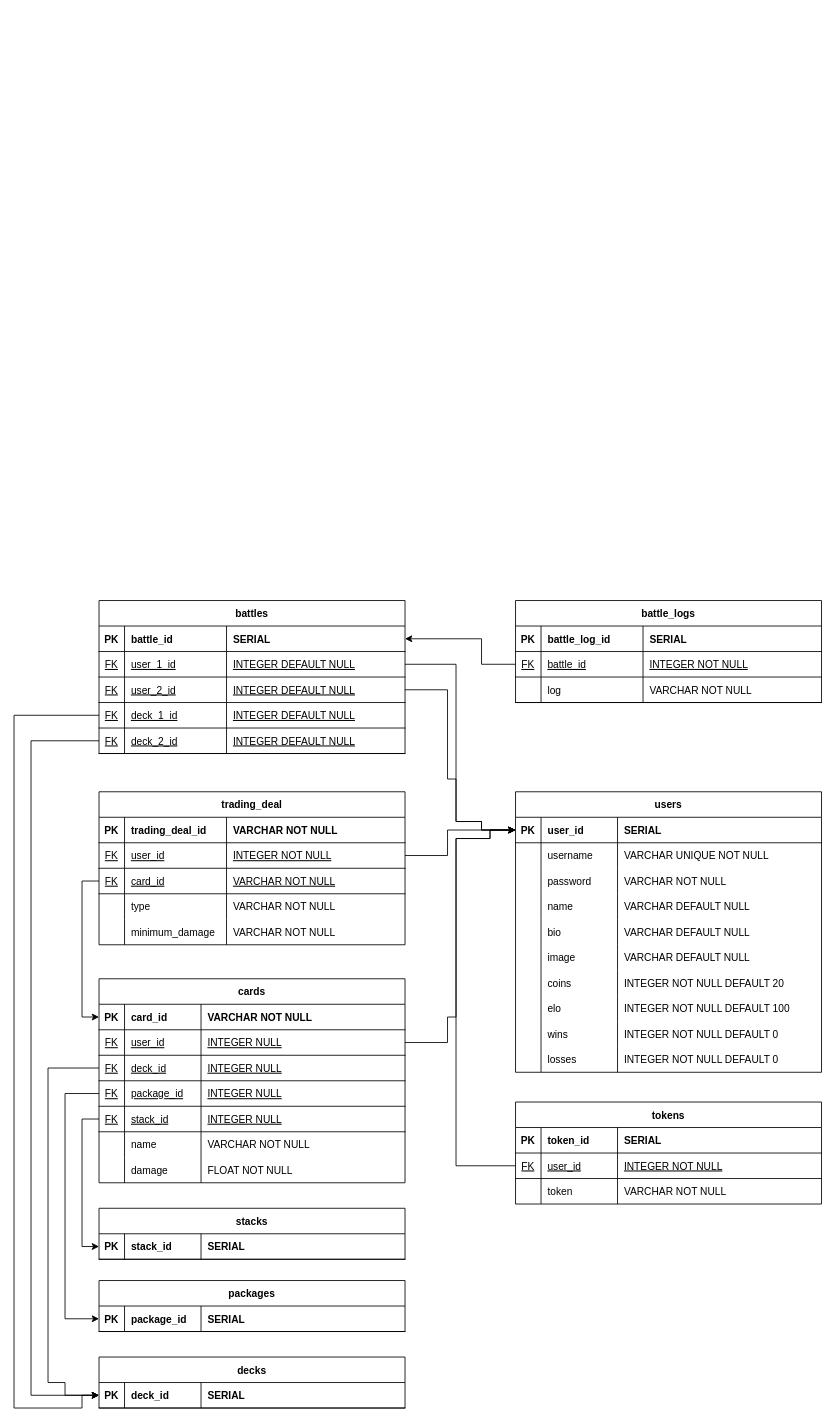
Above: documentation/database/EntityRelationshipDiagram.drawio in FelixSchuster/MonsterTradingCardGame (draw.io), before the change. Source tidied: cells renumbered, new cells numbered last; positions are measured from the earlier drawing's top-left corner, leaving out a move shared by most shapes. Both pictures are drawn from the tidied source at 85%, with x=0, y=0 at pixel (14, 600).
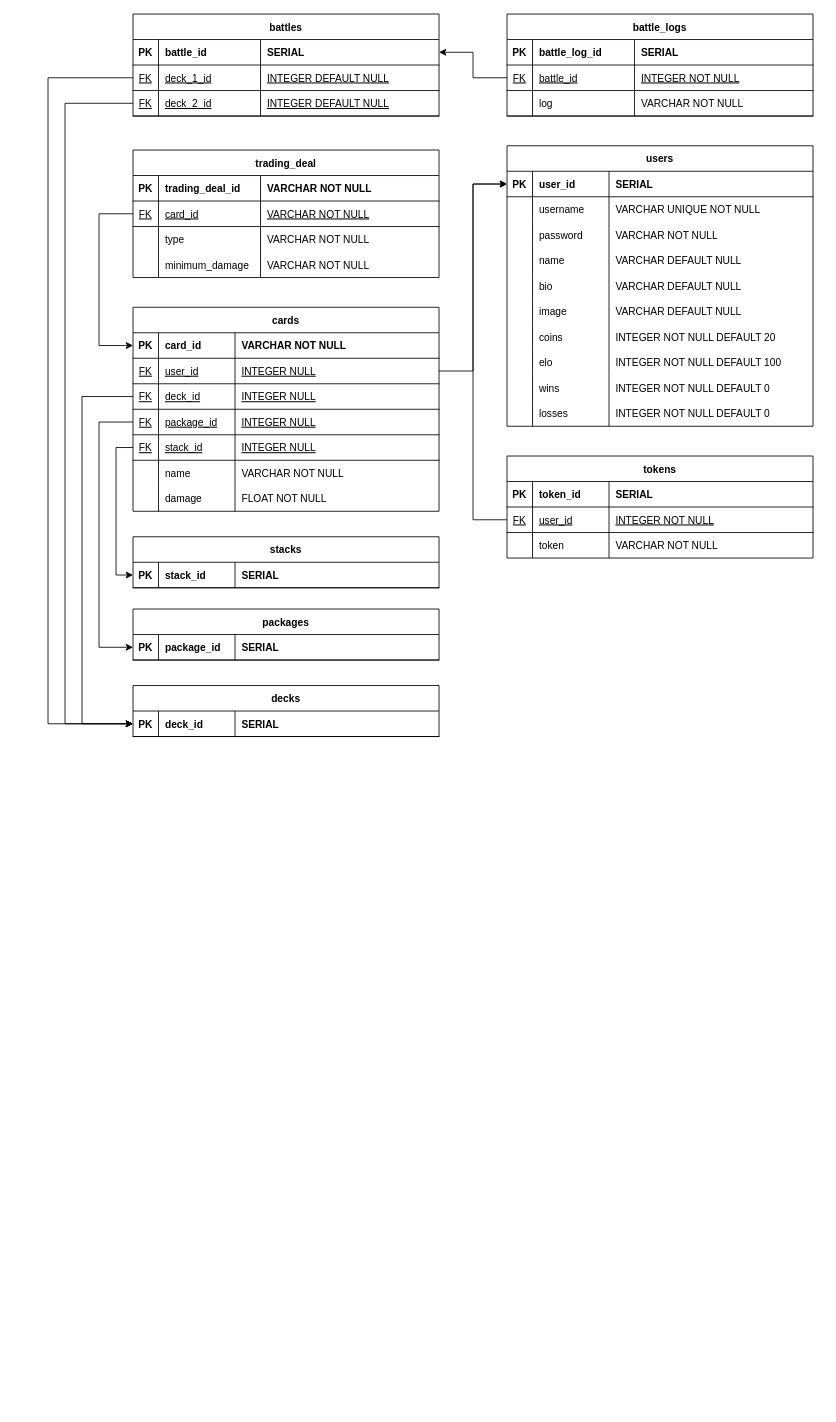
The same diagram, later.

Unchanged cells that the change refers to:
```xml
<mxCell id="3" style="shape=partialRectangle;fillColor=none;points=[[0,0.5],[1,0.5]];portConstraint=eastwest;top=0;left=0;right=0;bottom=1;" parent="2" vertex="1">
  <mxGeometry y="30" width="360" height="30" as="geometry" />
</mxCell>
<mxCell id="44" style="shape=partialRectangle;fillColor=none;points=[[0,0.5],[1,0.5]];portConstraint=eastwest;top=0;left=0;right=0;bottom=1;" parent="43" vertex="1">
  <mxGeometry y="30" width="360" height="30" as="geometry" />
</mxCell>
<mxCell id="48" style="shape=partialRectangle;fillColor=none;points=[[0,0.5],[1,0.5]];portConstraint=eastwest;top=0;left=0;right=0;bottom=1;" parent="43" vertex="1">
  <mxGeometry y="60" width="360" height="30" as="geometry" />
</mxCell>
<mxCell id="52" style="shape=partialRectangle;fillColor=none;points=[[0,0.5],[1,0.5]];portConstraint=eastwest;top=0;left=0;right=0;bottom=1;" parent="43" vertex="1">
  <mxGeometry y="90" width="360" height="30" as="geometry" />
</mxCell>
<mxCell id="56" style="shape=partialRectangle;fillColor=none;points=[[0,0.5],[1,0.5]];portConstraint=eastwest;top=0;left=0;right=0;bottom=1;" parent="43" vertex="1">
  <mxGeometry y="120" width="360" height="30" as="geometry" />
</mxCell>
<mxCell id="82" style="shape=partialRectangle;fillColor=none;points=[[0,0.5],[1,0.5]];portConstraint=eastwest;top=0;left=0;right=0;bottom=1;" parent="77" vertex="1">
  <mxGeometry y="60" width="360" height="30" as="geometry" />
</mxCell>
<mxCell id="91" style="shape=partialRectangle;fillColor=none;points=[[0,0.5],[1,0.5]];portConstraint=eastwest;top=0;left=0;right=0;bottom=1;" parent="90" vertex="1">
  <mxGeometry y="30" width="360" height="30" as="geometry" />
</mxCell>
<mxCell id="117" style="shape=partialRectangle;fillColor=none;points=[[0,0.5],[1,0.5]];portConstraint=eastwest;top=0;left=0;right=0;bottom=1;" parent="116" vertex="1">
  <mxGeometry y="30" width="360" height="30" as="geometry" />
</mxCell>
<mxCell id="127" style="shape=partialRectangle;fillColor=none;points=[[0,0.5],[1,0.5]];portConstraint=eastwest;top=0;left=0;right=0;bottom=1;" parent="126" vertex="1">
  <mxGeometry y="30" width="360" height="30" as="geometry" />
</mxCell>
<mxCell id="158" style="shape=partialRectangle;fillColor=none;points=[[0,0.5],[1,0.5]];portConstraint=eastwest;top=0;left=0;right=0;bottom=1;" parent="153" vertex="1">
  <mxGeometry y="60" width="360" height="30" as="geometry" />
</mxCell>
```

What changed in the source:
```diff
@@
     <mxCell id="2" value="users" style="shape=table;startSize=30;childLayout=tableLayout;rowLines=0;fontStyle=1;align=center;" parent="1" vertex="1">
-      <mxGeometry x="590" y="225" width="360" height="330" as="geometry" />
+      <mxGeometry x="580" y="-535" width="360" height="330" as="geometry" />
     </mxCell>
@@
     <mxCell id="43" value="cards" style="shape=table;startSize=30;childLayout=tableLayout;rowLines=0;fontStyle=1;align=center;" parent="1" vertex="1">
-      <mxGeometry x="100" y="445" width="360" height="240" as="geometry" />
+      <mxGeometry x="140" y="-345" width="360" height="240" as="geometry" />
     </mxCell>
@@
     <mxCell id="72" value="stacks" style="shape=table;startSize=30;childLayout=tableLayout;rowLines=0;fontStyle=1;align=center;" parent="1" vertex="1">
-      <mxGeometry x="100" y="715" width="360" height="60" as="geometry" />
+      <mxGeometry x="140" y="-75" width="360" height="60" as="geometry" />
     </mxCell>
@@
     <mxCell id="77" value="tokens" style="shape=table;startSize=30;childLayout=tableLayout;rowLines=0;fontStyle=1;align=center;" parent="1" vertex="1">
-      <mxGeometry x="590" y="590" width="360" height="120" as="geometry" />
+      <mxGeometry x="580" y="-170" width="360" height="120" as="geometry" />
     </mxCell>
@@
     <mxCell id="90" value="decks" style="shape=table;startSize=30;childLayout=tableLayout;rowLines=0;fontStyle=1;align=center;" parent="1" vertex="1">
-      <mxGeometry x="100" y="890" width="360" height="60" as="geometry" />
+      <mxGeometry x="140" y="100" width="360" height="60" as="geometry" />
     </mxCell>
@@
     <mxCell id="95" value="trading_deal" style="shape=table;startSize=30;childLayout=tableLayout;rowLines=0;fontStyle=1;align=center;" parent="1" vertex="1">
-      <mxGeometry x="100" y="225" width="360" height="180" as="geometry" />
+      <mxGeometry x="140" y="-530" width="360" height="150" as="geometry" />
     </mxCell>
@@
-    <mxCell id="100" style="shape=partialRectangle;fillColor=none;points=[[0,0.5],[1,0.5]];portConstraint=eastwest;top=0;left=0;right=0;bottom=1;" parent="95" vertex="1">
-      <mxGeometry y="60" width="360" height="30" as="geometry" />
-    </mxCell>
-    <mxCell id="101" value="FK" style="shape=partialRectangle;overflow=hidden;fillColor=none;top=0;left=0;bottom=0;right=0;fontStyle=4;" parent="100" vertex="1">
-      <mxGeometry width="30" height="30" as="geometry" />
-    </mxCell>
-    <mxCell id="102" value="user_id" style="shape=partialRectangle;overflow=hidden;fillColor=none;top=0;left=0;bottom=0;right=0;align=left;spacingLeft=6;fontStyle=4;" parent="100" vertex="1">
-      <mxGeometry x="30" width="120" height="30" as="geometry" />
-    </mxCell>
-    <mxCell id="103" value="INTEGER NOT NULL" style="shape=partialRectangle;overflow=hidden;fillColor=none;top=0;left=0;bottom=0;right=0;align=left;spacingLeft=6;fontStyle=4;" parent="100" vertex="1">
-      <mxGeometry x="150" width="210" height="30" as="geometry" />
-    </mxCell>
     <mxCell id="104" style="shape=partialRectangle;fillColor=none;points=[[0,0.5],[1,0.5]];portConstraint=eastwest;top=0;left=0;right=0;bottom=1;" parent="95" vertex="1">
-      <mxGeometry y="90" width="360" height="30" as="geometry" />
+      <mxGeometry y="60" width="360" height="30" as="geometry" />
     </mxCell>
@@
     <mxCell id="108" style="shape=partialRectangle;fillColor=none;top=0;left=0;right=0;bottom=0;" parent="95" vertex="1">
-      <mxGeometry y="120" width="360" height="30" as="geometry" />
+      <mxGeometry y="90" width="360" height="30" as="geometry" />
     </mxCell>
@@
     <mxCell id="112" style="shape=partialRectangle;fillColor=none;top=0;left=0;right=0;bottom=0;" parent="95" vertex="1">
-      <mxGeometry y="150" width="360" height="30" as="geometry" />
+      <mxGeometry y="120" width="360" height="30" as="geometry" />
     </mxCell>
@@
     <mxCell id="116" value="packages" style="shape=table;startSize=30;childLayout=tableLayout;rowLines=0;fontStyle=1;align=center;" parent="1" vertex="1">
-      <mxGeometry x="100" y="800" width="360" height="60" as="geometry" />
+      <mxGeometry x="140" y="10" width="360" height="60" as="geometry" />
     </mxCell>
@@
-    <mxCell id="122" style="edgeStyle=orthogonalEdgeStyle;rounded=0;jettySize=auto;html=1;exitX=0;exitY=0.5;exitDx=0;exitDy=0;entryX=0;entryY=0.5;entryDx=0;entryDy=0;" parent="1" edge="1" source="104" target="44">
-      <mxGeometry relative="1" as="geometry" />
-    </mxCell>
-    <mxCell id="123" style="edgeStyle=orthogonalEdgeStyle;rounded=0;jettySize=auto;html=1;exitX=1;exitY=0.5;exitDx=0;exitDy=0;entryX=0;entryY=0.5;entryDx=0;entryDy=0;" parent="1" edge="1" source="100" target="3">
-      <mxGeometry relative="1" as="geometry">
-        <Array as="points">
-          <mxPoint x="510" y="300" />
-          <mxPoint x="510" y="270" />
-        </Array>
-      </mxGeometry>
-    </mxCell>
-    <mxCell id="124" style="edgeStyle=orthogonalEdgeStyle;rounded=0;jettySize=auto;html=1;exitX=0;exitY=0.5;exitDx=0;exitDy=0;entryX=0;entryY=0.5;entryDx=0;entryDy=0;" parent="1" edge="1" source="82" target="3">
-      <mxGeometry relative="1" as="geometry">
-        <Array as="points">
-          <mxPoint x="520" y="665" />
-          <mxPoint x="520" y="280" />
-          <mxPoint x="560" y="280" />
-          <mxPoint x="560" y="270" />
-        </Array>
-      </mxGeometry>
-    </mxCell>
-    <mxCell id="125" style="edgeStyle=orthogonalEdgeStyle;rounded=0;jettySize=auto;html=1;exitX=1;exitY=0.5;exitDx=0;exitDy=0;entryX=0;entryY=0.5;entryDx=0;entryDy=0;" parent="1" edge="1" source="48" target="3">
-      <mxGeometry relative="1" as="geometry">
-        <Array as="points">
-          <mxPoint x="510" y="520" />
-          <mxPoint x="510" y="490" />
-          <mxPoint x="520" y="490" />
-          <mxPoint x="520" y="280" />
-          <mxPoint x="560" y="280" />
-          <mxPoint x="560" y="270" />
-        </Array>
-      </mxGeometry>
-    </mxCell>
     <mxCell id="126" value="battles" style="shape=table;startSize=30;childLayout=tableLayout;rowLines=0;fontStyle=1;align=center;" parent="1" vertex="1">
-      <mxGeometry x="100" width="360" height="180" as="geometry" />
+      <mxGeometry x="140" y="-690" width="360" height="120" as="geometry" />
     </mxCell>
@@
-    <mxCell id="131" style="shape=partialRectangle;fillColor=none;points=[[0,0.5],[1,0.5]];portConstraint=eastwest;top=0;left=0;right=0;bottom=1;" parent="126" vertex="1">
-      <mxGeometry y="60" width="360" height="30" as="geometry" />
-    </mxCell>
-    <mxCell id="132" value="FK" style="shape=partialRectangle;overflow=hidden;fillColor=none;top=0;left=0;bottom=0;right=0;fontStyle=4;" parent="131" vertex="1">
-      <mxGeometry width="30" height="30" as="geometry" />
-    </mxCell>
-    <mxCell id="133" value="user_1_id" style="shape=partialRectangle;overflow=hidden;fillColor=none;top=0;left=0;bottom=0;right=0;align=left;spacingLeft=6;fontStyle=4;" parent="131" vertex="1">
-      <mxGeometry x="30" width="120" height="30" as="geometry" />
-    </mxCell>
-    <mxCell id="134" value="INTEGER DEFAULT NULL" style="shape=partialRectangle;overflow=hidden;fillColor=none;top=0;left=0;bottom=0;right=0;align=left;spacingLeft=6;fontStyle=4;" parent="131" vertex="1">
-      <mxGeometry x="150" width="210" height="30" as="geometry" />
-    </mxCell>
-    <mxCell id="135" style="shape=partialRectangle;fillColor=none;points=[[0,0.5],[1,0.5]];portConstraint=eastwest;top=0;left=0;right=0;bottom=1;" parent="126" vertex="1">
-      <mxGeometry y="90" width="360" height="30" as="geometry" />
-    </mxCell>
-    <mxCell id="136" value="FK" style="shape=partialRectangle;overflow=hidden;fillColor=none;top=0;left=0;bottom=0;right=0;fontStyle=4;" parent="135" vertex="1">
-      <mxGeometry width="30" height="30" as="geometry" />
-    </mxCell>
-    <mxCell id="137" value="user_2_id" style="shape=partialRectangle;overflow=hidden;fillColor=none;top=0;left=0;bottom=0;right=0;align=left;spacingLeft=6;fontStyle=4;" parent="135" vertex="1">
-      <mxGeometry x="30" width="120" height="30" as="geometry" />
-    </mxCell>
-    <mxCell id="138" value="INTEGER DEFAULT NULL" style="shape=partialRectangle;overflow=hidden;fillColor=none;top=0;left=0;bottom=0;right=0;align=left;spacingLeft=6;fontStyle=4;" parent="135" vertex="1">
-      <mxGeometry x="150" width="210" height="30" as="geometry" />
-    </mxCell>
     <mxCell id="139" style="shape=partialRectangle;fillColor=none;points=[[0,0.5],[1,0.5]];portConstraint=eastwest;top=0;left=0;right=0;bottom=1;" parent="126" vertex="1">
-      <mxGeometry y="120" width="360" height="30" as="geometry" />
+      <mxGeometry y="60" width="360" height="30" as="geometry" />
     </mxCell>
@@
     <mxCell id="143" style="shape=partialRectangle;fillColor=none;points=[[0,0.5],[1,0.5]];portConstraint=eastwest;top=0;left=0;right=0;bottom=1;" parent="126" vertex="1">
-      <mxGeometry y="150" width="360" height="30" as="geometry" />
+      <mxGeometry y="90" width="360" height="30" as="geometry" />
     </mxCell>
@@
-    <mxCell id="147" style="edgeStyle=orthogonalEdgeStyle;rounded=0;jettySize=auto;html=1;exitX=1;exitY=0.5;exitDx=0;exitDy=0;entryX=0;entryY=0.5;entryDx=0;entryDy=0;" parent="1" edge="1" source="131" target="3">
-      <mxGeometry relative="1" as="geometry">
-        <Array as="points">
-          <mxPoint x="520" y="75" />
-          <mxPoint x="520" y="260" />
-          <mxPoint x="550" y="260" />
-          <mxPoint x="550" y="270" />
-        </Array>
-      </mxGeometry>
-    </mxCell>
-    <mxCell id="148" style="edgeStyle=orthogonalEdgeStyle;rounded=0;jettySize=auto;html=1;exitX=1;exitY=0.5;exitDx=0;exitDy=0;entryX=0;entryY=0.5;entryDx=0;entryDy=0;" parent="1" edge="1" source="135" target="3">
-      <mxGeometry relative="1" as="geometry">
-        <Array as="points">
-          <mxPoint x="510" y="105" />
-          <mxPoint x="510" y="210" />
-          <mxPoint x="520" y="210" />
-          <mxPoint x="520" y="260" />
-          <mxPoint x="550" y="260" />
-          <mxPoint x="550" y="270" />
-        </Array>
-      </mxGeometry>
-    </mxCell>
     <mxCell id="149" style="edgeStyle=orthogonalEdgeStyle;rounded=0;jettySize=auto;html=1;exitX=0;exitY=0.5;exitDx=0;exitDy=0;entryX=0;entryY=0.5;entryDx=0;entryDy=0;" parent="1" edge="1" source="56" target="117">
       <mxGeometry relative="1" as="geometry">
         <Array as="points">
-          <mxPoint x="60" y="580" />
-          <mxPoint x="60" y="845" />
+          <mxPoint x="100" y="-210" />
+          <mxPoint x="100" y="55" />
         </Array>
       </mxGeometry>
     </mxCell>
-    <mxCell id="150" style="edgeStyle=orthogonalEdgeStyle;rounded=0;jettySize=auto;html=1;exitX=0;exitY=0.5;exitDx=0;exitDy=0;entryX=0;entryY=0.5;entryDx=0;entryDy=0;" parent="1" edge="1" source="52" target="91">
-      <mxGeometry relative="1" as="geometry">
-        <Array as="points">
-          <mxPoint x="40" y="550" />
-          <mxPoint x="40" y="920" />
-          <mxPoint x="60" y="920" />
-          <mxPoint x="60" y="935" />
-        </Array>
-      </mxGeometry>
-    </mxCell>
-    <mxCell id="151" style="edgeStyle=orthogonalEdgeStyle;rounded=0;jettySize=auto;html=1;exitX=0;exitY=0.5;exitDx=0;exitDy=0;entryX=0;entryY=0.5;entryDx=0;entryDy=0;" parent="1" edge="1" source="143" target="91">
-      <mxGeometry relative="1" as="geometry">
-        <Array as="points">
-          <mxPoint x="20" y="165" />
-          <mxPoint x="20" y="935" />
-        </Array>
-      </mxGeometry>
-    </mxCell>
-    <mxCell id="152" style="edgeStyle=orthogonalEdgeStyle;rounded=0;jettySize=auto;html=1;exitX=0;exitY=0.5;exitDx=0;exitDy=0;entryX=0;entryY=0.5;entryDx=0;entryDy=0;" parent="1" edge="1" source="139" target="91">
-      <mxGeometry relative="1" as="geometry">
-        <Array as="points">
-          <mxPoint y="135" />
-          <mxPoint y="950" />
-          <mxPoint x="80" y="950" />
-          <mxPoint x="80" y="935" />
-        </Array>
-      </mxGeometry>
-    </mxCell>
     <mxCell id="153" value="battle_logs" style="shape=table;startSize=30;childLayout=tableLayout;rowLines=0;fontStyle=1;align=center;" parent="1" vertex="1">
-      <mxGeometry x="590" width="360" height="120" as="geometry" />
+      <mxGeometry x="580" y="-690" width="360" height="120" as="geometry" />
     </mxCell>
@@
-    <mxCell id="166" style="edgeStyle=orthogonalEdgeStyle;rounded=0;jettySize=auto;html=1;exitX=0;exitY=0.5;exitDx=0;exitDy=0;entryX=1;entryY=0.25;entryDx=0;entryDy=0;" parent="1" edge="1" source="158" target="126">
-      <mxGeometry relative="1" as="geometry">
-        <Array as="points">
-          <mxPoint x="550" y="75" />
-          <mxPoint x="550" y="45" />
-        </Array>
-      </mxGeometry>
-    </mxCell>
+    <mxCell id="150" style="edgeStyle=orthogonalEdgeStyle;rounded=0;jettySize=auto;html=1;exitX=0;exitY=0.5;exitDx=0;exitDy=0;entryX=0;entryY=0.5;entryDx=0;entryDy=0;" parent="1" edge="1" source="52" target="91">
+      <mxGeometry relative="1" as="geometry">
+        <Array as="points">
+          <mxPoint x="80" y="-240" />
+          <mxPoint x="80" y="145" />
+        </Array>
+      </mxGeometry>
+    </mxCell>
+    <mxCell id="124" style="edgeStyle=orthogonalEdgeStyle;rounded=0;jettySize=auto;html=1;exitX=0;exitY=0.5;exitDx=0;exitDy=0;entryX=0;entryY=0.5;entryDx=0;entryDy=0;" parent="1" edge="1" source="82" target="3">
+      <mxGeometry relative="1" as="geometry">
+        <Array as="points">
+          <mxPoint x="540" y="-95" />
+          <mxPoint x="540" y="-490" />
+        </Array>
+      </mxGeometry>
+    </mxCell>
+    <mxCell id="125" style="edgeStyle=orthogonalEdgeStyle;rounded=0;jettySize=auto;html=1;exitX=1;exitY=0.5;exitDx=0;exitDy=0;entryX=0;entryY=0.5;entryDx=0;entryDy=0;" parent="1" edge="1" source="48" target="3">
+      <mxGeometry relative="1" as="geometry" />
+    </mxCell>
+    <mxCell id="167" style="edgeStyle=orthogonalEdgeStyle;rounded=0;jettySize=auto;html=1;exitX=1;exitY=0.5;exitDx=0;exitDy=0;entryX=0;entryY=0.5;entryDx=0;entryDy=0;" parent="1" edge="1" target="3">
+      <mxGeometry relative="1" as="geometry" />
+    </mxCell>
+    <mxCell id="168" style="edgeStyle=orthogonalEdgeStyle;rounded=0;jettySize=auto;html=1;exitX=0;exitY=0.5;exitDx=0;exitDy=0;entryX=1;entryY=0.5;entryDx=0;entryDy=0;" parent="1" edge="1" source="158" target="127">
+      <mxGeometry relative="1" as="geometry" />
+    </mxCell>
+    <mxCell id="151" style="edgeStyle=orthogonalEdgeStyle;rounded=0;jettySize=auto;html=1;exitX=0;exitY=0.5;exitDx=0;exitDy=0;entryX=0;entryY=0.5;entryDx=0;entryDy=0;" parent="1" edge="1" source="143" target="91">
+      <mxGeometry relative="1" as="geometry">
+        <Array as="points">
+          <mxPoint x="60" y="-585" />
+          <mxPoint x="60" y="145" />
+        </Array>
+      </mxGeometry>
+    </mxCell>
+    <mxCell id="152" style="edgeStyle=orthogonalEdgeStyle;rounded=0;jettySize=auto;html=1;exitX=0;exitY=0.5;exitDx=0;exitDy=0;entryX=0;entryY=0.5;entryDx=0;entryDy=0;" parent="1" edge="1" source="139" target="91">
+      <mxGeometry relative="1" as="geometry">
+        <Array as="points">
+          <mxPoint x="40" y="-615" />
+          <mxPoint x="40" y="145" />
+        </Array>
+      </mxGeometry>
+    </mxCell>
+    <mxCell id="122" style="edgeStyle=orthogonalEdgeStyle;rounded=0;jettySize=auto;html=1;exitX=0;exitY=0.5;exitDx=0;exitDy=0;entryX=0;entryY=0.5;entryDx=0;entryDy=0;" parent="1" edge="1" source="104" target="44">
+      <mxGeometry relative="1" as="geometry">
+        <Array as="points">
+          <mxPoint x="100" y="-455" />
+          <mxPoint x="100" y="-300" />
+        </Array>
+      </mxGeometry>
+    </mxCell>
```
